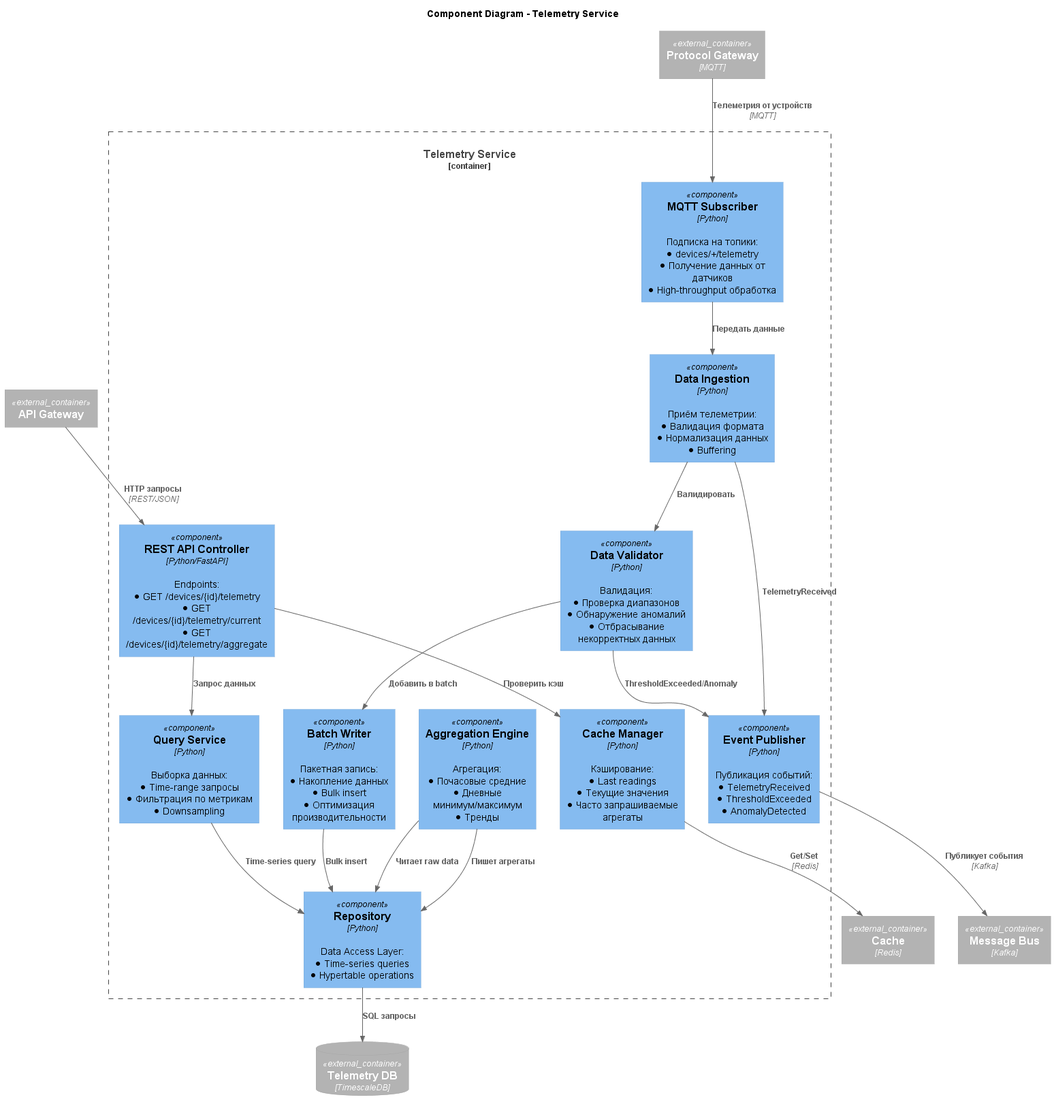
Above: schemas/to_be/img/telemetry-service-components.png in Vrg26/pro-warmhouse (PlantUML), before the change.
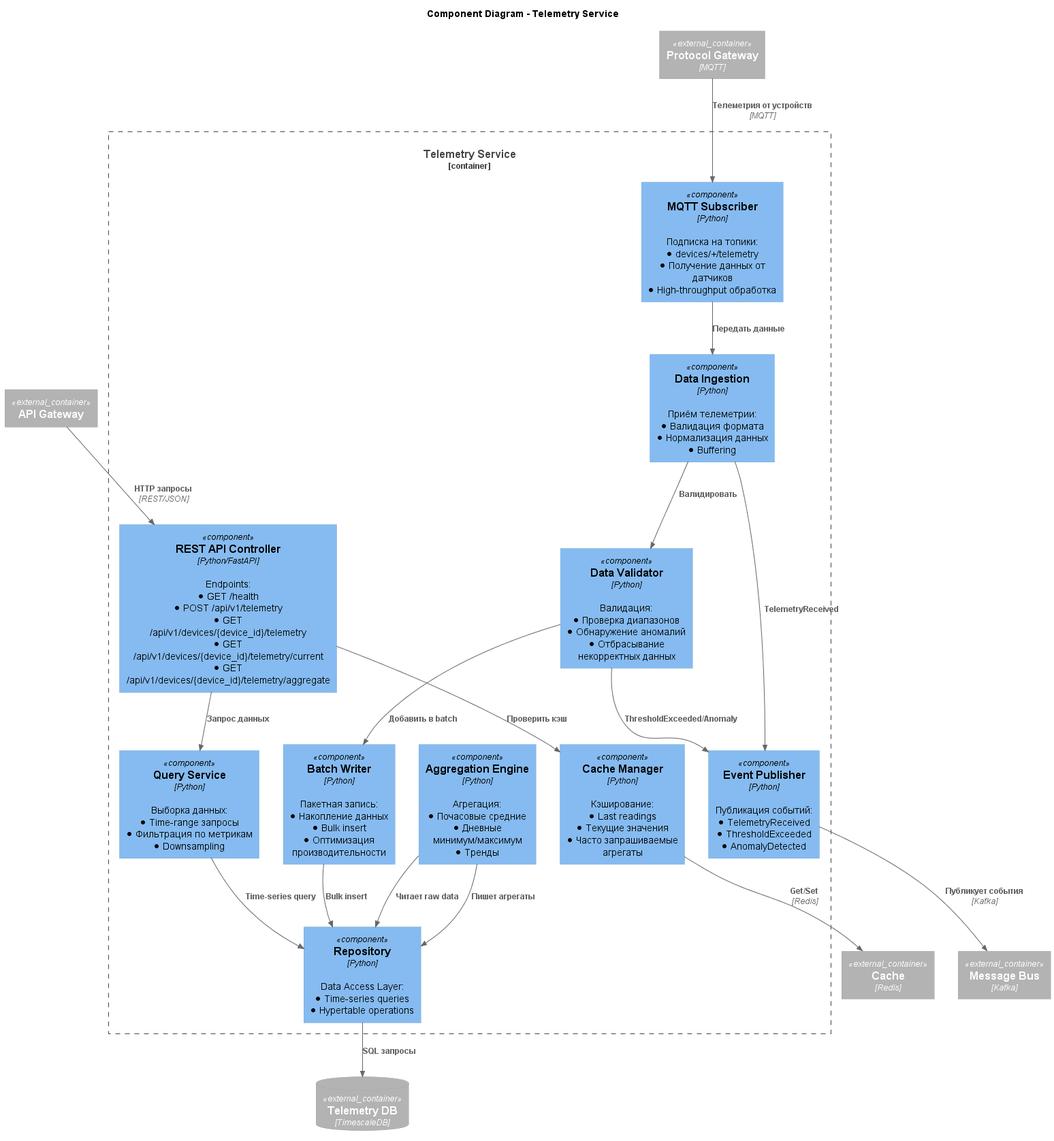
The same diagram one commit later.

Commit message:
fix componetnts diagrams

Change to the diagram source:
```diff
@@ -12,7 +12,7 @@
 
 Container_Boundary(telemetry, "Telemetry Service") {
 
-    Component(restApi, "REST API Controller", "Python/FastAPI", "Endpoints:\n• GET /devices/{id}/telemetry\n• GET /devices/{id}/telemetry/current\n• GET /devices/{id}/telemetry/aggregate")
+    Component(restApi, "REST API Controller", "Python/FastAPI", "Endpoints:\n• GET /health\n• POST /api/v1/telemetry\n• GET /api/v1/devices/{device_id}/telemetry\n• GET /api/v1/devices/{device_id}/telemetry/current\n• GET /api/v1/devices/{device_id}/telemetry/aggregate")
 
     Component(mqttSubscriber, "MQTT Subscriber", "Python", "Подписка на топики:\n• devices/+/telemetry\n• Получение данных от датчиков\n• High-throughput обработка")
 
```
